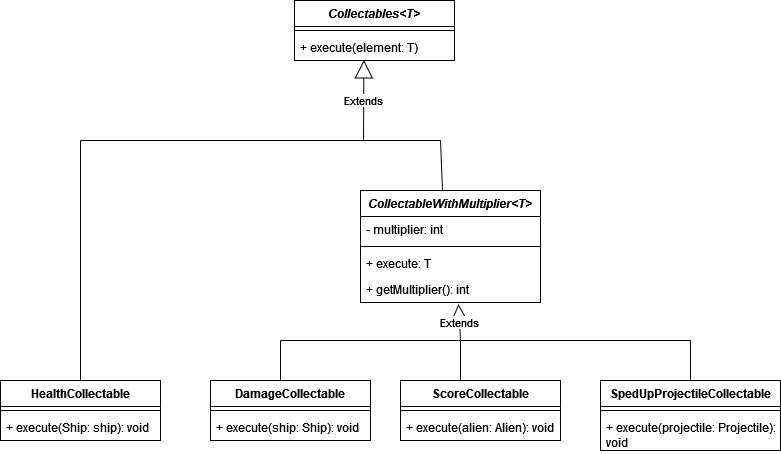
Earlier version of the draw.io export docs/Images_UML/Command_Pattern.png (FEUP-LDTS-2023/project-l04gr03). Source tidied: cells renumbered, new cells last; positions are measured from the earlier drawing's top-left corner, leaving out a move shared by most shapes.
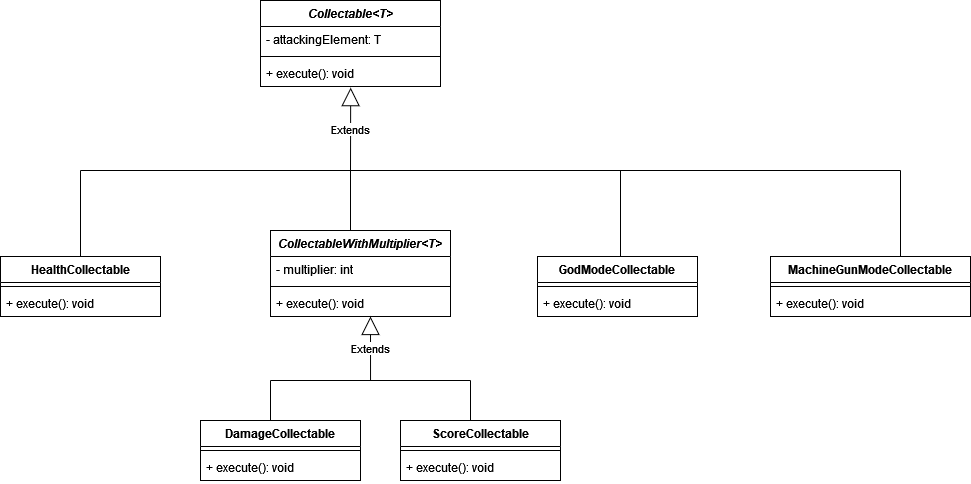
Above is the later version.

Commit message:
Updating pattern umls for final delivery.

Diff of the diagram source:
```diff
@@ -2,53 +2,35 @@
   <root>
     <mxCell id="0" />
     <mxCell id="1" parent="0" />
-    <mxCell id="2" value="&lt;i&gt;Collectables&amp;lt;T&amp;gt;&lt;/i&gt;" style="swimlane;fontStyle=1;align=center;verticalAlign=top;horizontal=1;startSize=26;whiteSpace=wrap;html=1;" parent="1" vertex="1">
-      <mxGeometry x="294" width="160" height="60" as="geometry" />
-    </mxCell>
-    <mxCell id="3" style="line;strokeWidth=1;fillColor=none;align=left;verticalAlign=middle;spacingTop=-1;spacingLeft=3;spacingRight=3;labelPosition=right;strokeColor=inherit;" parent="2" vertex="1">
-      <mxGeometry y="26" width="160" height="8" as="geometry" />
-    </mxCell>
-    <mxCell id="4" value="+ execute(element: T)" style="text;strokeColor=none;fillColor=none;align=left;verticalAlign=top;spacingLeft=4;spacingRight=4;overflow=hidden;points=[[0,0.5],[1,0.5]];portConstraint=eastwest;whiteSpace=wrap;html=1;" parent="2" vertex="1">
-      <mxGeometry y="34" width="160" height="26" as="geometry" />
-    </mxCell>
     <mxCell id="5" value="DamageCollectable" style="swimlane;fontStyle=1;align=center;verticalAlign=top;horizontal=1;startSize=26;whiteSpace=wrap;html=1;" parent="1" vertex="1">
-      <mxGeometry x="210" y="380" width="160" height="60" as="geometry" />
+      <mxGeometry x="290" y="350" width="160" height="60" as="geometry" />
     </mxCell>
     <mxCell id="6" style="line;strokeWidth=1;fillColor=none;align=left;verticalAlign=middle;spacingTop=-1;spacingLeft=3;spacingRight=3;labelPosition=right;strokeColor=inherit;" parent="5" vertex="1">
       <mxGeometry y="26" width="160" height="8" as="geometry" />
     </mxCell>
-    <mxCell id="7" value="+ execute(ship: Ship): void" style="text;strokeColor=none;fillColor=none;align=left;verticalAlign=top;spacingLeft=4;spacingRight=4;overflow=hidden;whiteSpace=wrap;html=1;" parent="5" vertex="1">
+    <mxCell id="7" value="+ execute(): void" style="text;strokeColor=none;fillColor=none;align=left;verticalAlign=top;spacingLeft=4;spacingRight=4;overflow=hidden;whiteSpace=wrap;html=1;" parent="5" vertex="1">
       <mxGeometry y="34" width="160" height="26" as="geometry" />
     </mxCell>
     <mxCell id="8" value="HealthCollectable" style="swimlane;fontStyle=1;align=center;verticalAlign=top;horizontal=1;startSize=26;whiteSpace=wrap;html=1;" parent="1" vertex="1">
-      <mxGeometry y="380" width="160" height="60" as="geometry" />
+      <mxGeometry x="90" y="186" width="160" height="60" as="geometry" />
     </mxCell>
     <mxCell id="9" style="line;strokeWidth=1;fillColor=none;align=left;verticalAlign=middle;spacingTop=-1;spacingLeft=3;spacingRight=3;labelPosition=right;strokeColor=inherit;" parent="8" vertex="1">
       <mxGeometry y="26" width="160" height="8" as="geometry" />
     </mxCell>
-    <mxCell id="10" value="+ execute(Ship: ship): void" style="text;strokeColor=none;fillColor=none;align=left;verticalAlign=top;spacingLeft=4;spacingRight=4;overflow=hidden;whiteSpace=wrap;html=1;" parent="8" vertex="1">
+    <mxCell id="10" value="+ execute(): void" style="text;strokeColor=none;fillColor=none;align=left;verticalAlign=top;spacingLeft=4;spacingRight=4;overflow=hidden;whiteSpace=wrap;html=1;" parent="8" vertex="1">
       <mxGeometry y="34" width="160" height="26" as="geometry" />
     </mxCell>
     <mxCell id="11" value="ScoreCollectable" style="swimlane;fontStyle=1;align=center;verticalAlign=top;horizontal=1;startSize=26;whiteSpace=wrap;html=1;" parent="1" vertex="1">
-      <mxGeometry x="400" y="380" width="160" height="60" as="geometry" />
+      <mxGeometry x="490" y="350" width="160" height="60" as="geometry" />
     </mxCell>
     <mxCell id="12" style="line;strokeWidth=1;fillColor=none;align=left;verticalAlign=middle;spacingTop=-1;spacingLeft=3;spacingRight=3;labelPosition=right;strokeColor=inherit;" parent="11" vertex="1">
       <mxGeometry y="26" width="160" height="8" as="geometry" />
     </mxCell>
-    <mxCell id="13" value="+ execute(alien: Alien): void" style="text;strokeColor=none;fillColor=none;align=left;verticalAlign=top;spacingLeft=4;spacingRight=4;overflow=hidden;whiteSpace=wrap;html=1;" parent="11" vertex="1">
+    <mxCell id="13" value="+ execute(): void" style="text;strokeColor=none;fillColor=none;align=left;verticalAlign=top;spacingLeft=4;spacingRight=4;overflow=hidden;whiteSpace=wrap;html=1;" parent="11" vertex="1">
       <mxGeometry y="34" width="160" height="26" as="geometry" />
     </mxCell>
-    <mxCell id="14" value="SpedUpProjectileCollectable" style="swimlane;fontStyle=1;align=center;verticalAlign=top;horizontal=1;startSize=26;whiteSpace=wrap;html=1;" parent="1" vertex="1">
-      <mxGeometry x="600" y="380" width="180" height="70" as="geometry" />
-    </mxCell>
-    <mxCell id="15" style="line;strokeWidth=1;fillColor=none;align=left;verticalAlign=middle;spacingTop=-1;spacingLeft=3;spacingRight=3;labelPosition=right;strokeColor=inherit;" parent="14" vertex="1">
-      <mxGeometry y="26" width="180" height="8" as="geometry" />
-    </mxCell>
-    <mxCell id="16" value="+ execute(projectile: Projectile): void" style="text;strokeColor=none;fillColor=none;align=left;verticalAlign=top;spacingLeft=4;spacingRight=4;overflow=hidden;whiteSpace=wrap;html=1;" parent="14" vertex="1">
-      <mxGeometry y="34" width="180" height="36" as="geometry" />
-    </mxCell>
     <mxCell id="17" value="&lt;i&gt;CollectableWithMultiplier&amp;lt;T&amp;gt;&lt;/i&gt;" style="swimlane;fontStyle=1;align=center;verticalAlign=top;horizontal=1;startSize=26;whiteSpace=wrap;html=1;" parent="1" vertex="1">
-      <mxGeometry x="360" y="190" width="180" height="112" as="geometry" />
+      <mxGeometry x="360" y="160" width="180" height="86" as="geometry" />
     </mxCell>
     <mxCell id="18" value="- multiplier: int" style="text;strokeColor=none;fillColor=none;align=left;verticalAlign=top;spacingLeft=4;spacingRight=4;overflow=hidden;whiteSpace=wrap;html=1;" parent="17" vertex="1">
       <mxGeometry y="26" width="180" height="26" as="geometry" />
@@ -56,72 +38,108 @@
     <mxCell id="19" style="line;strokeWidth=1;fillColor=none;align=left;verticalAlign=middle;spacingTop=-1;spacingLeft=3;spacingRight=3;labelPosition=right;strokeColor=inherit;" parent="17" vertex="1">
       <mxGeometry y="52" width="180" height="8" as="geometry" />
     </mxCell>
-    <mxCell id="20" value="+ execute: T" style="text;strokeColor=none;fillColor=none;align=left;verticalAlign=top;spacingLeft=4;spacingRight=4;overflow=hidden;whiteSpace=wrap;html=1;" parent="17" vertex="1">
+    <mxCell id="20" value="+ execute(): void" style="text;strokeColor=none;fillColor=none;align=left;verticalAlign=top;spacingLeft=4;spacingRight=4;overflow=hidden;whiteSpace=wrap;html=1;" parent="17" vertex="1">
       <mxGeometry y="60" width="180" height="26" as="geometry" />
     </mxCell>
-    <mxCell id="21" value="+ getMultiplier(): int" style="text;strokeColor=none;fillColor=none;align=left;verticalAlign=top;spacingLeft=4;spacingRight=4;overflow=hidden;points=[[0,0.5],[1,0.5]];portConstraint=eastwest;whiteSpace=wrap;html=1;" parent="17" vertex="1">
-      <mxGeometry y="86" width="180" height="26" as="geometry" />
-    </mxCell>
-    <mxCell id="22" value="Extends" style="endArrow=block;endSize=16;endFill=0;html=1;rounded=0;entryX=0.434;entryY=0.977;entryDx=0;entryDy=0;entryPerimeter=0;" parent="1" edge="1" target="4">
+    <mxCell id="22" value="Extends" style="endArrow=block;endSize=16;endFill=0;html=1;rounded=0;entryX=0.501;entryY=1.044;entryDx=0;entryDy=0;entryPerimeter=0;" parent="1" edge="1" target="44">
       <mxGeometry relative="1" as="geometry">
-        <mxPoint x="363" y="140" as="sourcePoint" />
+        <mxPoint x="440" y="100.6" as="sourcePoint" />
       </mxGeometry>
     </mxCell>
     <mxCell id="23" style="endArrow=none;html=1;rounded=0;" parent="1" edge="1">
       <mxGeometry relative="1" as="geometry">
-        <mxPoint x="80" y="140" as="sourcePoint" />
-        <mxPoint x="360" y="140" as="targetPoint" />
+        <mxPoint x="170" y="100" as="sourcePoint" />
+        <mxPoint x="370" y="100" as="targetPoint" />
       </mxGeometry>
     </mxCell>
     <mxCell id="24" style="endArrow=none;html=1;rounded=0;" parent="1" edge="1">
       <mxGeometry relative="1" as="geometry">
-        <mxPoint x="360" y="140" as="sourcePoint" />
-        <mxPoint x="440" y="140" as="targetPoint" />
+        <mxPoint x="360" y="100" as="sourcePoint" />
+        <mxPoint x="440" y="100" as="targetPoint" />
       </mxGeometry>
     </mxCell>
     <mxCell id="25" style="endArrow=none;html=1;rounded=0;" parent="1" edge="1">
       <mxGeometry relative="1" as="geometry">
-        <mxPoint x="442" y="190" as="sourcePoint" />
-        <mxPoint x="440" y="140" as="targetPoint" />
+        <mxPoint x="440" y="160" as="sourcePoint" />
+        <mxPoint x="440" y="100" as="targetPoint" />
       </mxGeometry>
     </mxCell>
     <mxCell id="26" style="endArrow=none;html=1;rounded=0;exitX=0.5;exitY=0;exitDx=0;exitDy=0;" parent="1" edge="1" source="8">
       <mxGeometry relative="1" as="geometry">
-        <mxPoint x="80" y="140" as="targetPoint" />
+        <mxPoint x="170" y="100" as="targetPoint" />
       </mxGeometry>
     </mxCell>
-    <mxCell id="27" style="endArrow=none;html=1;rounded=0;" parent="1" edge="1">
-      <mxGeometry relative="1" as="geometry">
-        <mxPoint x="280" y="340" as="sourcePoint" />
-        <mxPoint x="460" y="340" as="targetPoint" />
-      </mxGeometry>
-    </mxCell>
-    <mxCell id="28" style="endArrow=none;html=1;rounded=0;" parent="1" edge="1">
-      <mxGeometry relative="1" as="geometry">
-        <mxPoint x="280" y="380" as="sourcePoint" />
-        <mxPoint x="280" y="340" as="targetPoint" />
-      </mxGeometry>
-    </mxCell>
-    <mxCell id="29" style="endArrow=none;html=1;rounded=0;exitX=0.375;exitY=0;exitDx=0;exitDy=0;exitPerimeter=0;" parent="1" edge="1" source="11">
-      <mxGeometry relative="1" as="geometry">
-        <mxPoint x="460" y="340" as="targetPoint" />
-      </mxGeometry>
-    </mxCell>
-    <mxCell id="30" style="endArrow=none;html=1;rounded=0;" parent="1" edge="1">
-      <mxGeometry relative="1" as="geometry">
-        <mxPoint x="460" y="340" as="sourcePoint" />
-        <mxPoint x="690" y="340" as="targetPoint" />
-      </mxGeometry>
-    </mxCell>
-    <mxCell id="31" style="endArrow=none;html=1;rounded=0;entryX=0.5;entryY=0;entryDx=0;entryDy=0;" parent="1" edge="1" target="14">
-      <mxGeometry relative="1" as="geometry">
-        <mxPoint x="690" y="340" as="sourcePoint" />
-      </mxGeometry>
-    </mxCell>
-    <mxCell id="32" value="Extends" style="endArrow=block;endSize=16;endFill=0;html=1;rounded=0;entryX=0.544;entryY=1.062;entryDx=0;entryDy=0;entryPerimeter=0;" parent="1" edge="1" target="21">
+    <mxCell id="32" value="Extends" style="endArrow=block;endSize=16;endFill=0;html=1;rounded=0;entryX=0.544;entryY=1.062;entryDx=0;entryDy=0;entryPerimeter=0;" parent="1" edge="1">
       <mxGeometry relative="1" as="geometry">
-        <mxPoint x="460" y="340" as="sourcePoint" />
+        <mxPoint x="460" y="310" as="sourcePoint" />
+        <mxPoint x="460" y="246" as="targetPoint" />
       </mxGeometry>
     </mxCell>
+    <mxCell id="33" value="GodModeCollectable" style="swimlane;fontStyle=1;align=center;verticalAlign=top;horizontal=1;startSize=26;whiteSpace=wrap;html=1;" parent="1" vertex="1">
+      <mxGeometry x="627" y="186" width="160" height="60" as="geometry" />
+    </mxCell>
+    <mxCell id="3" style="line;strokeWidth=1;fillColor=none;align=left;verticalAlign=middle;spacingTop=-1;spacingLeft=3;spacingRight=3;labelPosition=right;strokeColor=inherit;" parent="33" vertex="1">
+      <mxGeometry y="26" width="160" height="8" as="geometry" />
+    </mxCell>
+    <mxCell id="34" value="+ execute(): void" style="text;strokeColor=none;fillColor=none;align=left;verticalAlign=top;spacingLeft=4;spacingRight=4;overflow=hidden;whiteSpace=wrap;html=1;" parent="33" vertex="1">
+      <mxGeometry y="34" width="160" height="26" as="geometry" />
+    </mxCell>
+    <mxCell id="35" value="MachineGunModeCollectable" style="swimlane;fontStyle=1;align=center;verticalAlign=top;horizontal=1;startSize=26;whiteSpace=wrap;html=1;" parent="1" vertex="1">
+      <mxGeometry x="860" y="186" width="200" height="60" as="geometry" />
+    </mxCell>
+    <mxCell id="36" style="line;strokeWidth=1;fillColor=none;align=left;verticalAlign=middle;spacingTop=-1;spacingLeft=3;spacingRight=3;labelPosition=right;strokeColor=inherit;" parent="35" vertex="1">
+      <mxGeometry y="26" width="200" height="8" as="geometry" />
+    </mxCell>
+    <mxCell id="37" value="+ execute(): void" style="text;strokeColor=none;fillColor=none;align=left;verticalAlign=top;spacingLeft=4;spacingRight=4;overflow=hidden;whiteSpace=wrap;html=1;" parent="35" vertex="1">
+      <mxGeometry y="34" width="200" height="26" as="geometry" />
+    </mxCell>
+    <mxCell id="38" style="endArrow=none;html=1;rounded=0;" parent="1" edge="1">
+      <mxGeometry relative="1" as="geometry">
+        <mxPoint x="410" y="100" as="sourcePoint" />
+        <mxPoint x="990" y="100" as="targetPoint" />
+      </mxGeometry>
+    </mxCell>
+    <mxCell id="39" style="endArrow=none;html=1;rounded=0;exitX=0.5;exitY=0;exitDx=0;exitDy=0;" parent="1" edge="1">
+      <mxGeometry relative="1" as="geometry">
+        <mxPoint x="710" y="186" as="sourcePoint" />
+        <mxPoint x="710" y="100" as="targetPoint" />
+      </mxGeometry>
+    </mxCell>
+    <mxCell id="40" style="endArrow=none;html=1;rounded=0;exitX=0.5;exitY=0;exitDx=0;exitDy=0;" parent="1" edge="1">
+      <mxGeometry relative="1" as="geometry">
+        <mxPoint x="990" y="186" as="sourcePoint" />
+        <mxPoint x="990" y="100" as="targetPoint" />
+      </mxGeometry>
+    </mxCell>
+    <mxCell id="41" value="&lt;i&gt;Collectable&amp;lt;T&amp;gt;&lt;/i&gt;" style="swimlane;fontStyle=1;align=center;verticalAlign=top;horizontal=1;startSize=26;whiteSpace=wrap;html=1;" parent="1" vertex="1">
+      <mxGeometry x="350" y="-70" width="180" height="86" as="geometry" />
+    </mxCell>
+    <mxCell id="42" value="- attackingElement: T" style="text;strokeColor=none;fillColor=none;align=left;verticalAlign=top;spacingLeft=4;spacingRight=4;overflow=hidden;whiteSpace=wrap;html=1;" parent="41" vertex="1">
+      <mxGeometry y="26" width="180" height="26" as="geometry" />
+    </mxCell>
+    <mxCell id="43" style="line;strokeWidth=1;fillColor=none;align=left;verticalAlign=middle;spacingTop=-1;spacingLeft=3;spacingRight=3;labelPosition=right;strokeColor=inherit;" parent="41" vertex="1">
+      <mxGeometry y="52" width="180" height="8" as="geometry" />
+    </mxCell>
+    <mxCell id="44" value="+ execute(): void" style="text;strokeColor=none;fillColor=none;align=left;verticalAlign=top;spacingLeft=4;spacingRight=4;overflow=hidden;points=[[0,0.5],[1,0.5]];portConstraint=eastwest;whiteSpace=wrap;html=1;" parent="41" vertex="1">
+      <mxGeometry y="60" width="180" height="26" as="geometry" />
+    </mxCell>
+    <mxCell id="45" style="endArrow=none;html=1;rounded=0;" parent="1" edge="1">
+      <mxGeometry relative="1" as="geometry">
+        <mxPoint x="560" y="350" as="sourcePoint" />
+        <mxPoint x="560" y="310" as="targetPoint" />
+      </mxGeometry>
+    </mxCell>
+    <mxCell id="46" style="endArrow=none;html=1;rounded=0;" parent="1" edge="1">
+      <mxGeometry relative="1" as="geometry">
+        <mxPoint x="360" y="350" as="sourcePoint" />
+        <mxPoint x="360" y="310" as="targetPoint" />
+      </mxGeometry>
+    </mxCell>
+    <mxCell id="47" style="endArrow=none;html=1;rounded=0;" parent="1" edge="1">
+      <mxGeometry relative="1" as="geometry">
+        <mxPoint x="360" y="310" as="sourcePoint" />
+        <mxPoint x="560" y="310" as="targetPoint" />
+      </mxGeometry>
+    </mxCell>
   </root>
 </mxGraphModel>
```
